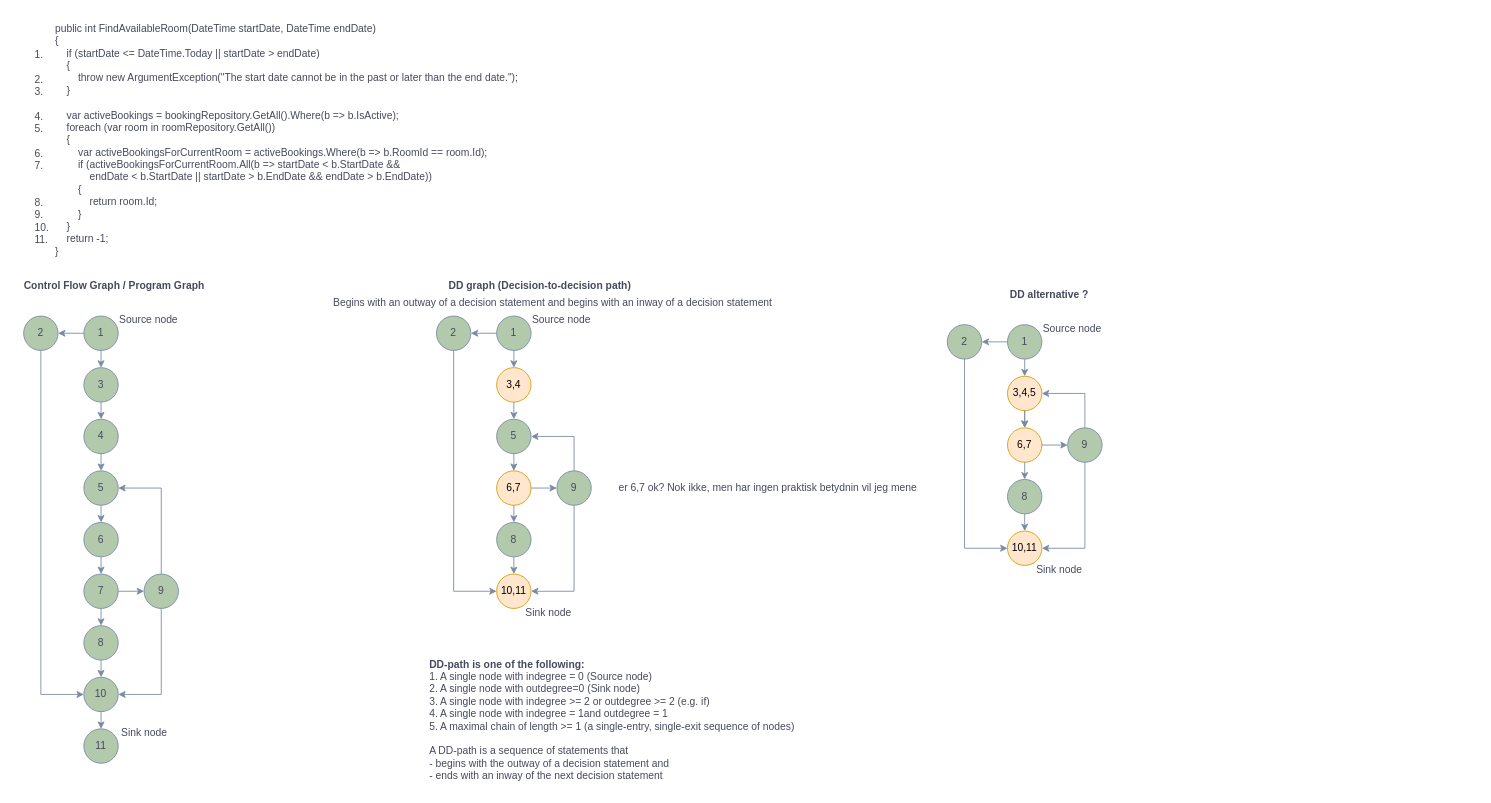
Before: page "FindAvailableRoom" (1 of 2) of Unavngivet diagram.drawio in leaand01/WhiteBoxTesting_temp, a draw.io diagram. Source tidied: cells renumbered, new cells numbered last; positions are measured from the earlier drawing's top-left corner, leaving out a move shared by most shapes. Both pictures are drawn from the tidied source at 86%, with x=0, y=0 at pixel (15, 15).
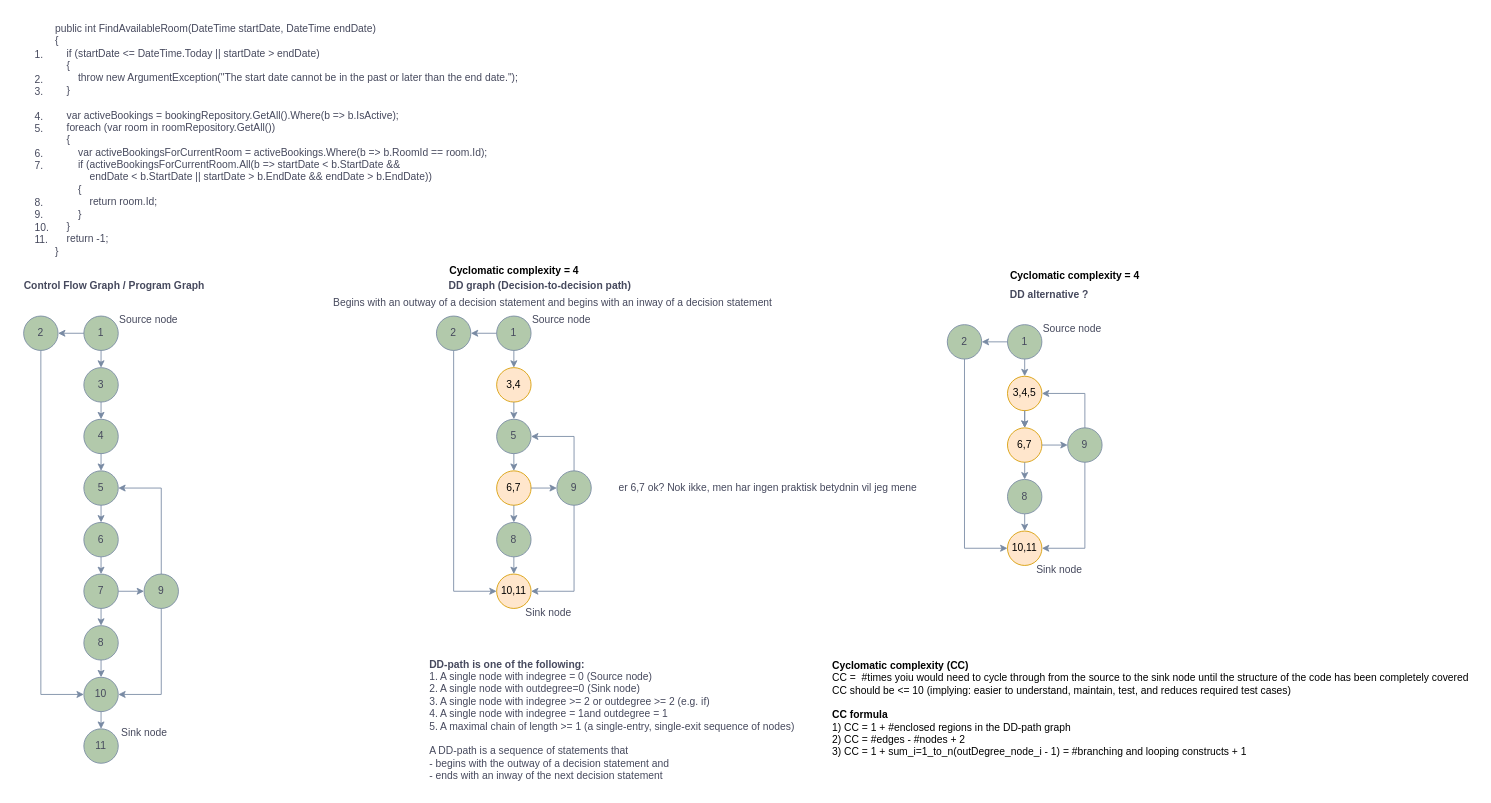
After the change.

Change to the diagram source:
```diff
@@
+    <mxCell id="75" value="&lt;div style=&quot;text-align: left;&quot;&gt;&lt;b style=&quot;background-color: initial;&quot;&gt;Cyclomatic complexity (CC)&lt;/b&gt;&lt;/div&gt;&lt;div&gt;&lt;div style=&quot;text-align: left;&quot;&gt;&lt;span style=&quot;background-color: initial;&quot;&gt;CC =&amp;nbsp; #times yoiu would need to cycle through from the source to the sink node until the structure of the code has been completely covered&lt;/span&gt;&lt;/div&gt;&lt;div style=&quot;text-align: left;&quot;&gt;CC should be &amp;lt;= 10 (implying: easier to&amp;nbsp;&lt;span style=&quot;background-color: initial;&quot;&gt;understand, maintain,&amp;nbsp;&lt;/span&gt;&lt;span style=&quot;background-color: initial;&quot;&gt;test, and reduces required test cases)&lt;/span&gt;&lt;/div&gt;&lt;/div&gt;&lt;div style=&quot;text-align: left;&quot;&gt;&lt;span style=&quot;background-color: initial;&quot;&gt;&lt;br&gt;&lt;/span&gt;&lt;/div&gt;&lt;div style=&quot;text-align: left;&quot;&gt;&lt;span style=&quot;background-color: initial;&quot;&gt;&lt;b&gt;CC formula&lt;/b&gt;&lt;/span&gt;&lt;/div&gt;&lt;div style=&quot;text-align: left;&quot;&gt;1) CC = 1 + #enclosed regions in the DD-path graph&lt;/div&gt;&lt;div style=&quot;text-align: left;&quot;&gt;2) CC = #edges - #nodes + 2&lt;/div&gt;&lt;div style=&quot;text-align: left;&quot;&gt;3) CC = 1 + sum_i=1_to_n(outDegree_node_i - 1) = #branching and looping constructs + 1&lt;/div&gt;&lt;div style=&quot;text-align: left;&quot;&gt;&lt;span style=&quot;background-color: initial;&quot;&gt;&lt;br&gt;&lt;/span&gt;&lt;/div&gt;" style="text;html=1;align=center;verticalAlign=middle;strokeColor=none;fillColor=none;" parent="1" vertex="1">
+      <mxGeometry x="940" y="744" width="760" height="140" as="geometry" />
+    </mxCell>
+    <mxCell id="76" value="&lt;b&gt;Cyclomatic complexity = 4&lt;/b&gt;&lt;div&gt;&lt;br&gt;&lt;/div&gt;" style="text;html=1;align=center;verticalAlign=middle;strokeColor=none;fillColor=none;" parent="1" vertex="1">
+      <mxGeometry x="495" y="285" width="170" height="40" as="geometry" />
+    </mxCell>
+    <mxCell id="77" value="&lt;b&gt;Cyclomatic complexity = 4&lt;/b&gt;&lt;div&gt;&lt;br&gt;&lt;/div&gt;" style="text;html=1;align=center;verticalAlign=middle;strokeColor=none;fillColor=none;" parent="1" vertex="1">
+      <mxGeometry x="1147" y="290" width="170" height="40" as="geometry" />
+    </mxCell>
```
